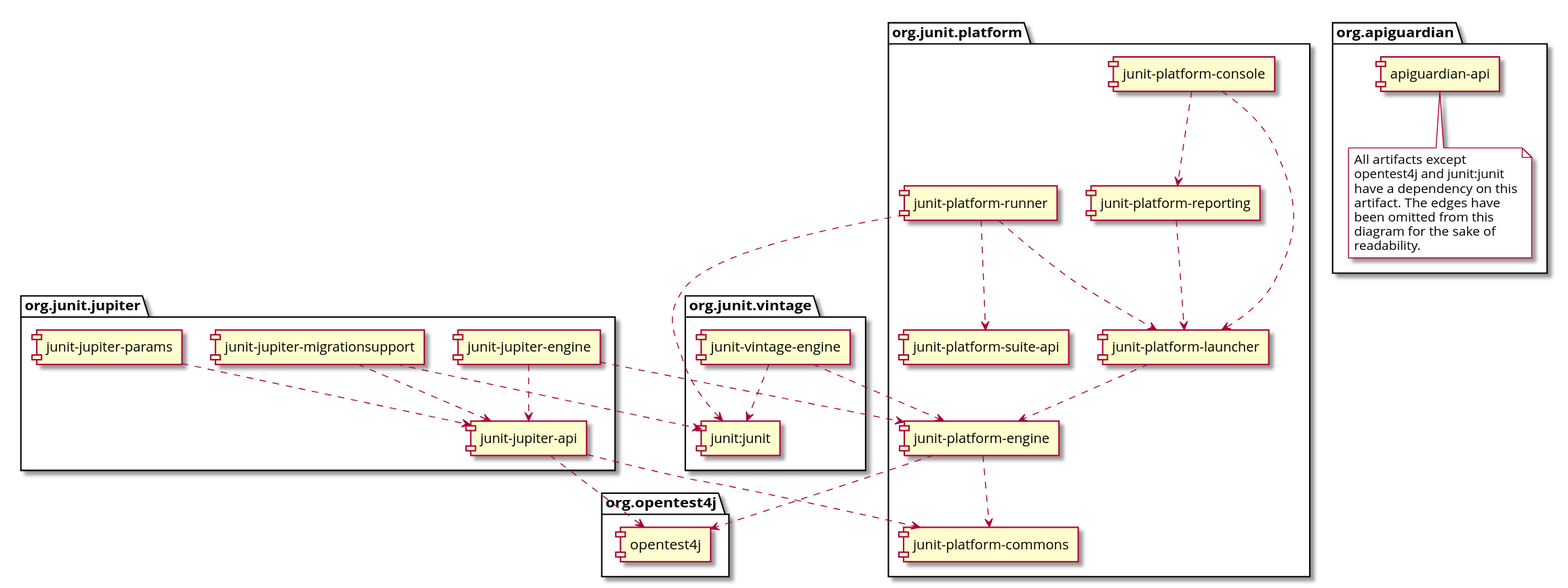
Before: docs/snapshot/user-guide/images/component-diagram.svg, a diagram exported from PlantUML (junit-team/junit5). Source of this version:
```plantuml
@startuml
skinparam {
    defaultFontName Open Sans
}

package org.junit.jupiter {
    [junit-jupiter-api] as jupiter_api
    [junit-jupiter-engine] as jupiter_engine
    [junit-jupiter-params] as jupiter_params
    [junit-jupiter-migrationsupport] as jupiter_migration_support
}

package org.junit.vintage {
    [junit-vintage-engine] as vintage_engine
    [junit:junit] as junit4
}

package org.junit.platform {
    [junit-platform-commons] as commons
    [junit-platform-console] as console
    [junit-platform-engine] as engine
    [junit-platform-launcher] as launcher
    [junit-platform-reporting] as reporting
    [junit-platform-runner] as runner
    [junit-platform-suite-api] as suite_api
}

package org.opentest4j {
    [opentest4j]
}

package org.apiguardian {
    [apiguardian-api] as apiguardian
    note bottom of apiguardian #white
        All artifacts except
        opentest4j and junit:junit
        have a dependency on this
        artifact. The edges have
        been omitted from this
        diagram for the sake of
        readability.
    endnote
}

jupiter_api ..> opentest4j
jupiter_api ..> commons

jupiter_engine ..> engine
jupiter_engine ..> jupiter_api

jupiter_params ..> jupiter_api
jupiter_migration_support ..> jupiter_api
jupiter_migration_support ..> junit4

console ..> launcher
console ..> reporting

launcher ..> engine

engine ..> opentest4j
engine ..> commons

reporting ..> launcher

runner ..> launcher
runner ..> suite_api
runner ..> junit4

vintage_engine ..> engine
vintage_engine ..> junit4
@enduml
```
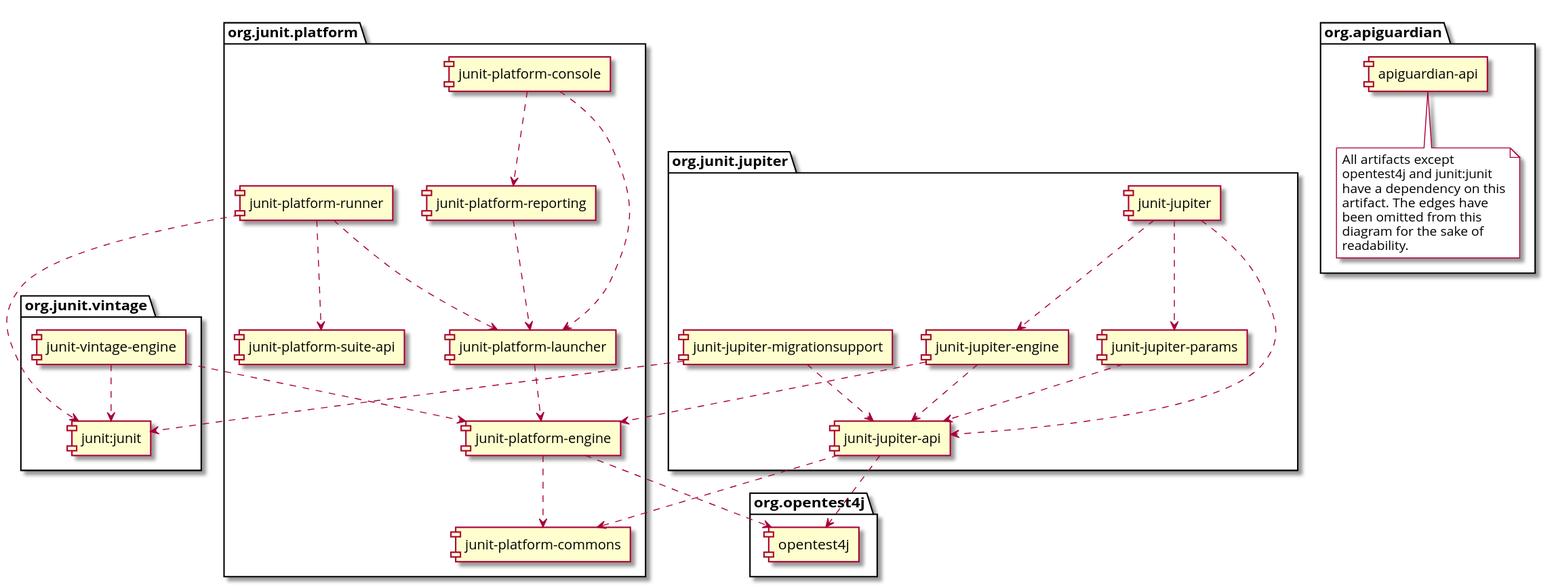
Later version of the same file.

What changed in the source:
```diff
@@ -4,6 +4,7 @@
 }
 
 package org.junit.jupiter {
+    [junit-jupiter] as jupiter
     [junit-jupiter-api] as jupiter_api
     [junit-jupiter-engine] as jupiter_engine
     [junit-jupiter-params] as jupiter_params
@@ -42,6 +43,10 @@
     endnote
 }
 
+jupiter ..> jupiter_api
+jupiter ..> jupiter_params
+jupiter ..> jupiter_engine
+
 jupiter_api ..> opentest4j
 jupiter_api ..> commons
 
```
